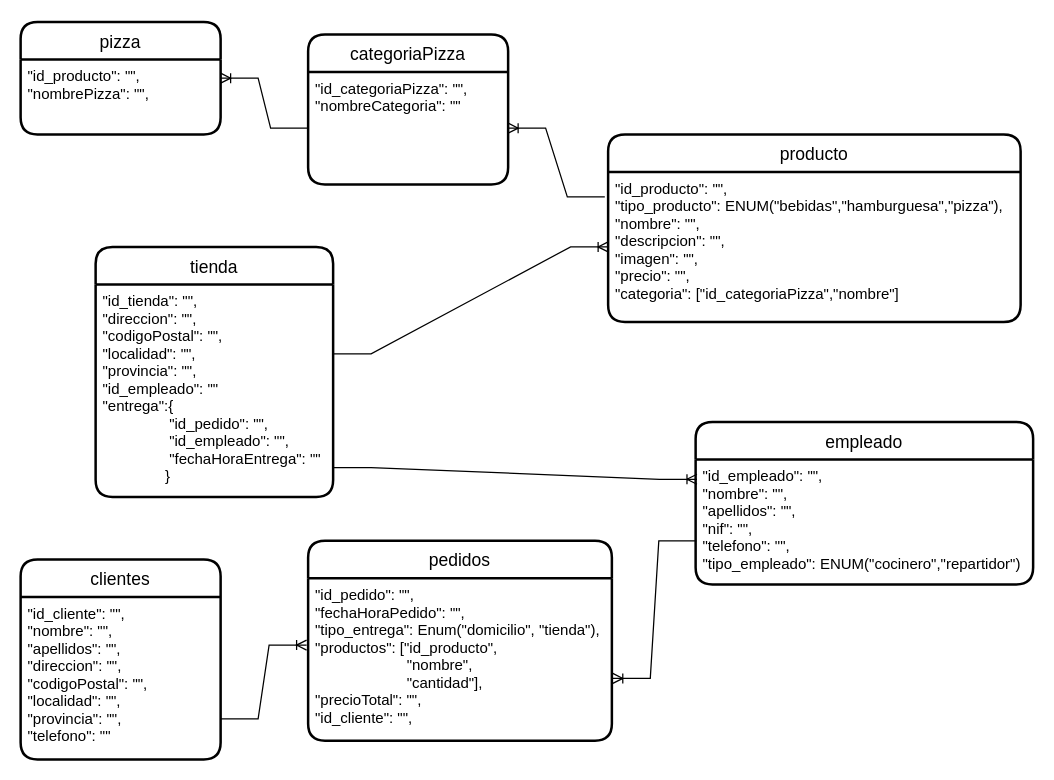
The draw.io diagram mongoDB-estructura(S2-T2)/pizzeria.drawio in levifvy/PHP-IT-Academy, before the edit. Source tidied: cells renumbered, new cells numbered last; positions are measured from the earlier drawing's top-left corner, leaving out a move shared by most shapes. Both pictures are drawn from the tidied source at 125%, with x=0, y=0 at pixel (20, 21).
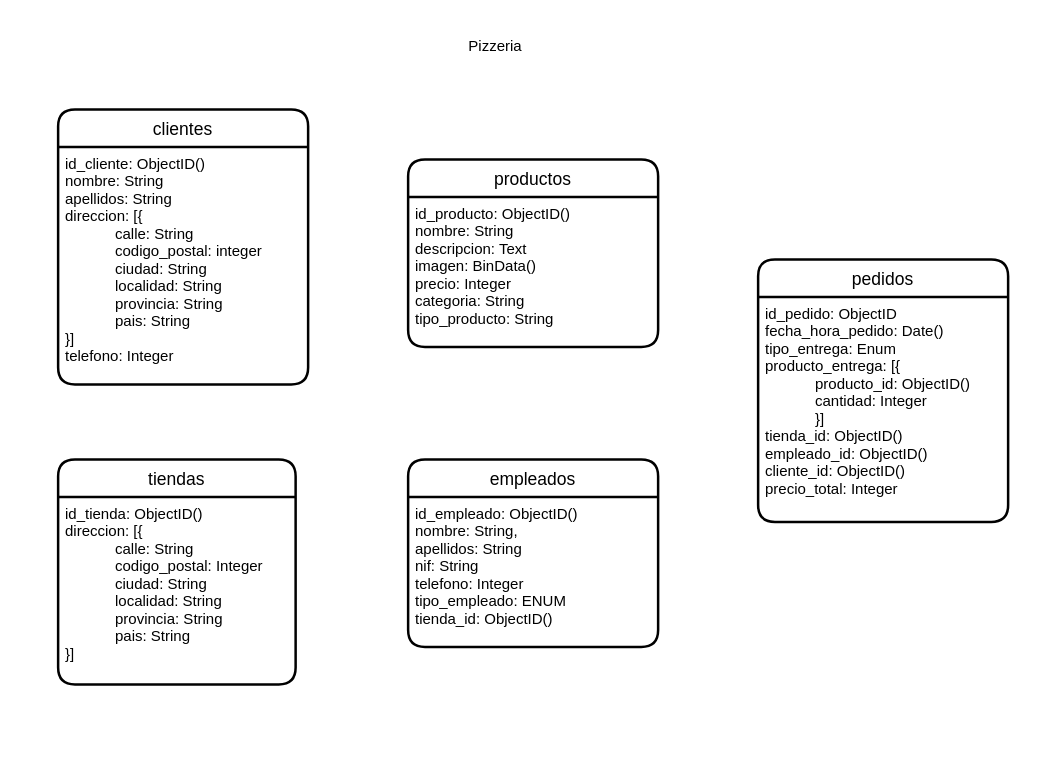
Above is the later version.

Commit message (it also covers changes not shown here):
improving optica, pizzeria, youtube and spotify structures in mongodb

What changed in the source:
```diff
@@
     <mxCell id="2" value="pedidos" style="swimlane;horizontal=1;startSize=30;rounded=1;fontSize=14;fontStyle=0;strokeWidth=2;shadow=0;dashed=0;align=center;" parent="1" vertex="1">
-      <mxGeometry x="230" y="415" width="243" height="160" as="geometry" />
+      <mxGeometry x="590" y="190" width="200" height="210" as="geometry" />
     </mxCell>
-    <mxCell id="3" value="&quot;id_pedido&quot;: &quot;&quot;,&#10;&quot;fechaHoraPedido&quot;: &quot;&quot;,&#10;&quot;tipo_entrega&quot;: Enum(&quot;domicilio&quot;, &quot;tienda&quot;),&#10;&quot;productos&quot;: [&quot;id_producto&quot;, &#10;                      &quot;nombre&quot;, &#10;                      &quot;cantidad&quot;],&#10;&quot;precioTotal&quot;: &quot;&quot;,&#10;&quot;id_cliente&quot;: &quot;&quot;,&#10;" style="align=left;strokeColor=none;fillColor=none;spacingLeft=4;fontSize=12;verticalAlign=top;" parent="2" vertex="1">
-      <mxGeometry y="30" width="243" height="130" as="geometry" />
+    <mxCell id="3" value="id_pedido: ObjectID&#10;fecha_hora_pedido: Date()&#10;tipo_entrega: Enum&#10;producto_entrega: [{&#10;            producto_id: ObjectID()&#10;            cantidad: Integer&#10;            }]&#10;tienda_id: ObjectID()&#10;empleado_id: ObjectID()&#10;cliente_id: ObjectID()&#10;precio_total: Integer&#10;" style="align=left;strokeColor=none;fillColor=none;spacingLeft=4;fontSize=12;verticalAlign=top;" parent="2" vertex="1">
+      <mxGeometry y="30" width="200" height="180" as="geometry" />
     </mxCell>
-    <mxCell id="4" value="producto" style="swimlane;horizontal=1;startSize=30;rounded=1;fontSize=14;fontStyle=0;strokeWidth=2;shadow=0;dashed=0;align=center;" parent="1" vertex="1">
-      <mxGeometry x="470" y="90" width="330" height="150" as="geometry" />
+    <mxCell id="4" value="productos" style="swimlane;horizontal=1;startSize=30;rounded=1;fontSize=14;fontStyle=0;strokeWidth=2;shadow=0;dashed=0;align=center;" parent="1" vertex="1">
+      <mxGeometry x="310" y="110" width="200" height="150" as="geometry" />
     </mxCell>
-    <mxCell id="5" value="&quot;id_producto&quot;: &quot;&quot;,&#10;&quot;tipo_producto&quot;: ENUM(&quot;bebidas&quot;,&quot;hamburguesa&quot;,&quot;pizza&quot;),&#10;&quot;nombre&quot;: &quot;&quot;,&#10;&quot;descripcion&quot;: &quot;&quot;,&#10;&quot;imagen&quot;: &quot;&quot;,&#10;&quot;precio&quot;: &quot;&quot;,&#10;&quot;categoria&quot;: [&quot;id_categoriaPizza&quot;,&quot;nombre&quot;]" style="align=left;strokeColor=none;fillColor=none;spacingLeft=4;fontSize=12;verticalAlign=top;" parent="4" vertex="1">
-      <mxGeometry y="30" width="330" height="120" as="geometry" />
+    <mxCell id="5" value="id_producto: ObjectID()&#10;nombre: String&#10;descripcion: Text&#10;imagen: BinData()&#10;precio: Integer&#10;categoria: String&#10;tipo_producto: String" style="align=left;strokeColor=none;fillColor=none;spacingLeft=4;fontSize=12;verticalAlign=top;" parent="4" vertex="1">
+      <mxGeometry y="30" width="200" height="120" as="geometry" />
     </mxCell>
-    <mxCell id="6" value="categoriaPizza" style="swimlane;horizontal=1;startSize=30;rounded=1;fontSize=14;fontStyle=0;strokeWidth=2;shadow=0;dashed=0;align=center;" parent="1" vertex="1">
-      <mxGeometry x="230" y="10" width="160" height="120" as="geometry" />
-    </mxCell>
-    <mxCell id="7" value="&quot;id_categoriaPizza&quot;: &quot;&quot;,&#10;&quot;nombreCategoria&quot;: &quot;&quot;" style="align=left;strokeColor=none;fillColor=none;spacingLeft=4;fontSize=12;verticalAlign=top;" parent="6" vertex="1">
-      <mxGeometry y="30" width="160" height="90" as="geometry" />
-    </mxCell>
-    <mxCell id="8" value="tienda" style="swimlane;horizontal=1;startSize=30;rounded=1;fontSize=14;fontStyle=0;strokeWidth=2;shadow=0;dashed=0;align=center;" parent="1" vertex="1">
-      <mxGeometry x="60" y="180" width="190" height="200" as="geometry" />
+    <mxCell id="8" value="tiendas" style="swimlane;horizontal=1;startSize=30;rounded=1;fontSize=14;fontStyle=0;strokeWidth=2;shadow=0;dashed=0;align=center;" parent="1" vertex="1">
+      <mxGeometry x="30" y="350" width="190" height="180" as="geometry" />
     </mxCell>
-    <mxCell id="9" value="&quot;id_tienda&quot;: &quot;&quot;,&#10;&quot;direccion&quot;: &quot;&quot;,&#10;&quot;codigoPostal&quot;: &quot;&quot;,&#10;&quot;localidad&quot;: &quot;&quot;,&#10;&quot;provincia&quot;: &quot;&quot;,&#10;&quot;id_empleado&quot;: &quot;&quot; &#10;&quot;entrega&quot;:{&#10;                &quot;id_pedido&quot;: &quot;&quot;,&#10;                &quot;id_empleado&quot;: &quot;&quot;, &#10;                &quot;fechaHoraEntrega&quot;: &quot;&quot;&#10;               }" style="align=left;strokeColor=none;fillColor=none;spacingLeft=4;fontSize=12;verticalAlign=top;" parent="8" vertex="1">
-      <mxGeometry y="30" width="190" height="170" as="geometry" />
+    <mxCell id="9" value="id_tienda: ObjectID()&#10;direccion: [{&#10;            calle: String&#10;            codigo_postal: Integer&#10;            ciudad: String&#10;            localidad: String&#10;            provincia: String&#10;            pais: String&#10;}] &#10;" style="align=left;strokeColor=none;fillColor=none;spacingLeft=4;fontSize=12;verticalAlign=top;" parent="8" vertex="1">
+      <mxGeometry y="30" width="190" height="150" as="geometry" />
     </mxCell>
-    <mxCell id="10" value="empleado" style="swimlane;horizontal=1;startSize=30;rounded=1;fontSize=14;fontStyle=0;strokeWidth=2;shadow=0;dashed=0;align=center;" parent="1" vertex="1">
-      <mxGeometry x="540" y="320" width="270" height="130" as="geometry" />
+    <mxCell id="10" value="empleados" style="swimlane;horizontal=1;startSize=30;rounded=1;fontSize=14;fontStyle=0;strokeWidth=2;shadow=0;dashed=0;align=center;" parent="1" vertex="1">
+      <mxGeometry x="310" y="350" width="200" height="150" as="geometry" />
     </mxCell>
-    <mxCell id="11" value="&quot;id_empleado&quot;: &quot;&quot;,&#10;&quot;nombre&quot;: &quot;&quot;,&#10;&quot;apellidos&quot;: &quot;&quot;,&#10;&quot;nif&quot;: &quot;&quot;,&#10;&quot;telefono&quot;: &quot;&quot;,&#10;&quot;tipo_empleado&quot;: ENUM(&quot;cocinero&quot;,&quot;repartidor&quot;)" style="align=left;strokeColor=none;fillColor=none;spacingLeft=4;fontSize=12;verticalAlign=top;" parent="10" vertex="1">
-      <mxGeometry y="30" width="270" height="100" as="geometry" />
+    <mxCell id="11" value="id_empleado: ObjectID()&#10;nombre: String,&#10;apellidos: String&#10;nif: String&#10;telefono: Integer&#10;tipo_empleado: ENUM&#10;tienda_id: ObjectID()" style="align=left;strokeColor=none;fillColor=none;spacingLeft=4;fontSize=12;verticalAlign=top;" parent="10" vertex="1">
+      <mxGeometry y="30" width="200" height="120" as="geometry" />
     </mxCell>
-    <mxCell id="12" value="pizza" style="swimlane;horizontal=1;startSize=30;rounded=1;fontSize=14;fontStyle=0;strokeWidth=2;shadow=0;dashed=0;align=center;" parent="1" vertex="1">
-      <mxGeometry width="160" height="90" as="geometry" />
-    </mxCell>
-    <mxCell id="13" value="&quot;id_producto&quot;: &quot;&quot;,&#10;&quot;nombrePizza&quot;: &quot;&quot;, " style="align=left;strokeColor=none;fillColor=none;spacingLeft=4;fontSize=12;verticalAlign=top;" parent="12" vertex="1">
-      <mxGeometry y="30" width="160" height="60" as="geometry" />
-    </mxCell>
-    <mxCell id="14" style="edgeStyle=entityRelationEdgeStyle;fontSize=12;html=1;endArrow=ERoneToMany;rounded=0;exitX=0;exitY=0.5;exitDx=0;exitDy=0;entryX=1;entryY=0.25;entryDx=0;entryDy=0;" parent="1" edge="1" source="7" target="13">
-      <mxGeometry relative="1" as="geometry" />
-    </mxCell>
-    <mxCell id="15" style="edgeStyle=entityRelationEdgeStyle;fontSize=12;html=1;endArrow=ERoneToMany;rounded=0;entryX=-0.005;entryY=0.412;entryDx=0;entryDy=0;entryPerimeter=0;exitX=1;exitY=0.75;exitDx=0;exitDy=0;" parent="1" edge="1" source="18" target="3">
-      <mxGeometry relative="1" as="geometry" />
-    </mxCell>
-    <mxCell id="16" style="edgeStyle=entityRelationEdgeStyle;fontSize=12;html=1;endArrow=ERoneToMany;rounded=0;exitX=-0.008;exitY=0.167;exitDx=0;exitDy=0;entryX=1;entryY=0.5;entryDx=0;entryDy=0;exitPerimeter=0;" parent="1" edge="1" source="5" target="7">
-      <mxGeometry relative="1" as="geometry" />
-    </mxCell>
     <mxCell id="17" value="clientes" style="swimlane;horizontal=1;startSize=30;rounded=1;fontSize=14;fontStyle=0;strokeWidth=2;shadow=0;dashed=0;align=center;" parent="1" vertex="1">
-      <mxGeometry y="430" width="160" height="160" as="geometry" />
+      <mxGeometry x="30" y="70" width="200" height="220" as="geometry" />
     </mxCell>
-    <mxCell id="18" value="&quot;id_cliente&quot;: &quot;&quot;,&#10;&quot;nombre&quot;: &quot;&quot;,&#10;&quot;apellidos&quot;: &quot;&quot;,&#10;&quot;direccion&quot;: &quot;&quot;,&#10;&quot;codigoPostal&quot;: &quot;&quot;,&#10;&quot;localidad&quot;: &quot;&quot;,&#10;&quot;provincia&quot;: &quot;&quot;,&#10;&quot;telefono&quot;: &quot;&quot;" style="align=left;strokeColor=none;fillColor=none;spacingLeft=4;fontSize=12;verticalAlign=top;" parent="17" vertex="1">
-      <mxGeometry y="30" width="160" height="130" as="geometry" />
+    <mxCell id="18" value="id_cliente: ObjectID()&#10;nombre: String&#10;apellidos: String&#10;direccion: [{&#10;            calle: String&#10;            codigo_postal: integer&#10;            ciudad: String&#10;            localidad: String&#10;            provincia: String&#10;            pais: String&#10;}]&#10;telefono: Integer" style="align=left;strokeColor=none;fillColor=none;spacingLeft=4;fontSize=12;verticalAlign=top;" parent="17" vertex="1">
+      <mxGeometry y="30" width="200" height="190" as="geometry" />
     </mxCell>
-    <mxCell id="19" style="edgeStyle=entityRelationEdgeStyle;fontSize=12;html=1;endArrow=ERoneToMany;rounded=0;entryX=0;entryY=0.5;entryDx=0;entryDy=0;exitX=1.002;exitY=0.327;exitDx=0;exitDy=0;exitPerimeter=0;" parent="1" edge="1" source="9" target="5">
-      <mxGeometry relative="1" as="geometry" />
-    </mxCell>
-    <mxCell id="20" style="edgeStyle=entityRelationEdgeStyle;fontSize=12;html=1;endArrow=ERoneToMany;rounded=0;entryX=0.004;entryY=0.159;entryDx=0;entryDy=0;entryPerimeter=0;exitX=1.002;exitY=0.862;exitDx=0;exitDy=0;exitPerimeter=0;" parent="1" edge="1" source="9" target="11">
-      <mxGeometry relative="1" as="geometry" />
-    </mxCell>
-    <mxCell id="21" style="edgeStyle=entityRelationEdgeStyle;fontSize=12;html=1;endArrow=ERoneToMany;rounded=0;entryX=1.003;entryY=0.617;entryDx=0;entryDy=0;entryPerimeter=0;exitX=0.002;exitY=0.652;exitDx=0;exitDy=0;exitPerimeter=0;" parent="1" edge="1" source="11" target="3">
-      <mxGeometry relative="1" as="geometry" />
-    </mxCell>
+    <mxCell id="22" value="Pizzeria" style="text;strokeColor=none;align=center;fillColor=none;html=1;verticalAlign=middle;whiteSpace=wrap;rounded=0;" parent="1" vertex="1">
+      <mxGeometry x="350" width="60" height="40" as="geometry" />
+    </mxCell>
```
